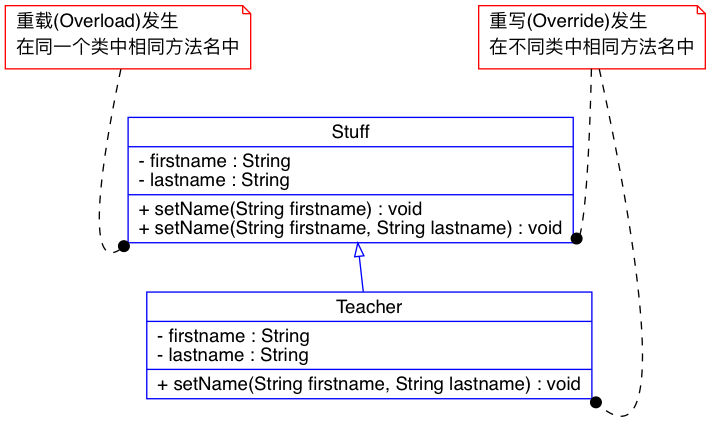
This is static/image/2019/07/overload-override.png from Jeanhwea/jeanhwea.github.io, a Graphviz export, as it was before one commit. Its source is kept beside it as static/image/2019/07/overload-override.dot.
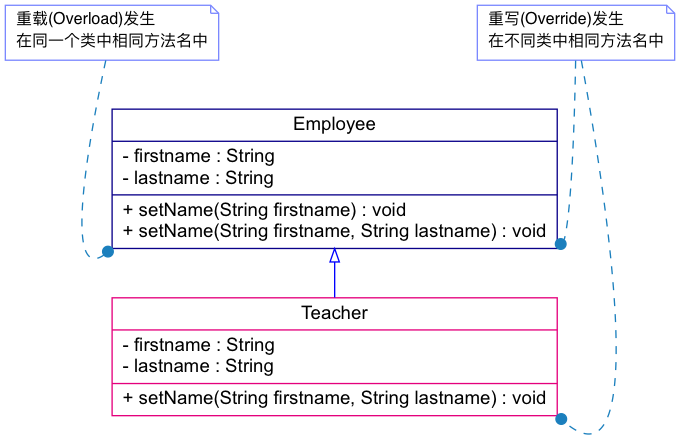
The same diagram one commit later.

Change to the diagram source:
```diff
@@ -1,20 +1,24 @@
 digraph OverloadOverride {
   fontname="Helvetia";
-  node[shape="record"; fontname="Helvetia"];
 
-  node [color=red];
+  subgraph cluster_class {
+    node[shape="record"; fontname="Arial";];
+    node [color="#090088"];
+    employee [label="{Employee|- firstname : String\l- lastname : String\l|+ setName(String firstname) : void\l+ setName(String firstname, String lastname) : void\l}"];
+    node [color="#e4007c"];
+    teacher [label="{Teacher|- firstname : String\l- lastname : String\l|+ setName(String firstname, String lastname) : void\l}"; ];
+    edge[fontname="Helvetia"; dir=back; arrowtail=empty; color=blue];
+    employee -> teacher;
+    style=invis;
+  }
+
+  node [color="#7b88ff"; fontname="Microsoft YaHei"; fontsize=12;];
   note_overload [shape=note; label="重载(Overload)发生\l在同一个类中相同方法名中"];
   note_override [shape=note; label="重写(Override)发生\l在不同类中相同方法名中"];
 
-  node [color=blue;];
-  stuff [label="{Stuff|- firstname : String\l- lastname : String\l|+ setName(String firstname) : void\l+ setName(String firstname, String lastname) : void\l}"];
-  teacher [label="{Teacher|- firstname : String\l- lastname : String\l|+ setName(String firstname, String lastname) : void\l}"; ];
-  edge[fontname="Helvetia"; dir=back; arrowtail=empty; color=blue];
-  stuff -> teacher;
-
-  edge[style=dashed; dir=forward; arrowhead=dot; color=black];
+  edge[style=dashed; dir=forward; arrowhead=dot; color="#1b7fbd";];
   note_override -> teacher:se;
-  note_override -> stuff:se;
-  note_overload -> stuff:sw;
+  note_override -> employee:se;
+  note_overload -> employee:sw;
 
 }
```
